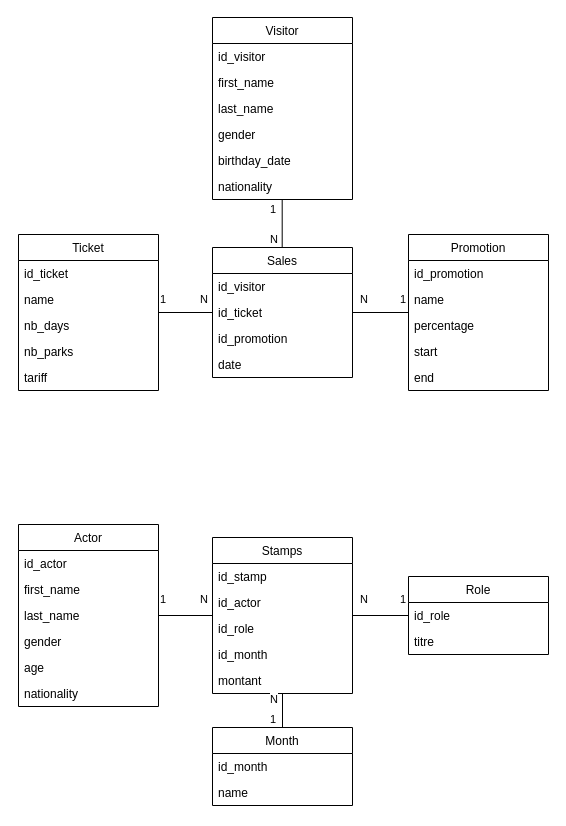
Before: HMIN122M-EDBD/Section7-Technologies_du_Big-Data/MapReduce/Sales.drawio in Alex-Overlord/AIGLE-M1-S1, a draw.io diagram. Source tidied: cells renumbered, new cells numbered last; positions are measured from the earlier drawing's top-left corner, leaving out a move shared by most shapes. Both pictures are drawn from the tidied source at 100%, with x=0, y=0 at pixel (18, 17).
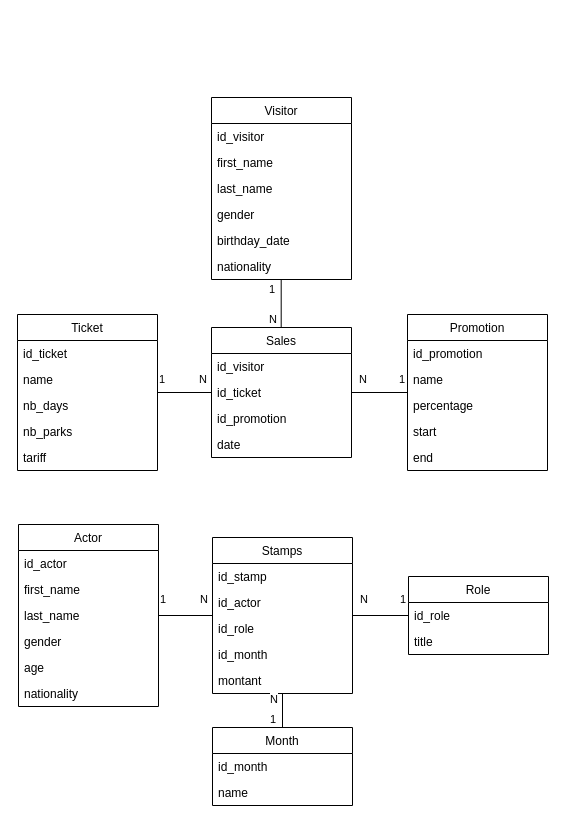
Above is the later version.

Unchanged cells that the change refers to:
```xml
<mxCell id="35" value="Role" style="swimlane;fontStyle=0;horizontal=1;startSize=26;fillColor=none;" parent="1" vertex="1">
  <mxGeometry x="390" y="559" width="140" height="78" as="geometry" />
</mxCell>
```

Diff of the diagram source:
```diff
@@
     <mxCell id="2" value="Sales" style="swimlane;fontStyle=0;horizontal=1;startSize=26;fillColor=none;" parent="1" vertex="1">
-      <mxGeometry x="194" y="230" width="140" height="130" as="geometry" />
+      <mxGeometry x="193" y="310" width="140" height="130" as="geometry" />
     </mxCell>
@@
     <mxCell id="7" value="Ticket" style="swimlane;fontStyle=0;horizontal=1;startSize=26;fillColor=none;" parent="1" vertex="1">
-      <mxGeometry y="217" width="140" height="156" as="geometry" />
+      <mxGeometry x="-1" y="297" width="140" height="156" as="geometry" />
     </mxCell>
@@
     <mxCell id="13" value="Promotion" style="swimlane;fontStyle=0;horizontal=1;startSize=26;fillColor=none;" parent="1" vertex="1">
-      <mxGeometry x="390" y="217" width="140" height="156" as="geometry" />
+      <mxGeometry x="389" y="297" width="140" height="156" as="geometry" />
     </mxCell>
@@
     <mxCell id="19" value="Visitor" style="swimlane;fontStyle=0;horizontal=1;startSize=26;fillColor=none;" parent="1" vertex="1">
-      <mxGeometry x="194" width="140" height="182" as="geometry" />
+      <mxGeometry x="193" y="80" width="140" height="182" as="geometry" />
     </mxCell>
@@
-    <mxCell id="37" value="titre" style="text;strokeColor=none;fillColor=none;align=left;verticalAlign=top;spacingLeft=4;spacingRight=4;overflow=hidden;" parent="35" vertex="1">
+    <mxCell id="37" value="title" style="text;strokeColor=none;fillColor=none;align=left;verticalAlign=top;spacingLeft=4;spacingRight=4;overflow=hidden;" parent="35" vertex="1">
       <mxGeometry y="52" width="140" height="26" as="geometry" />
     </mxCell>
```
